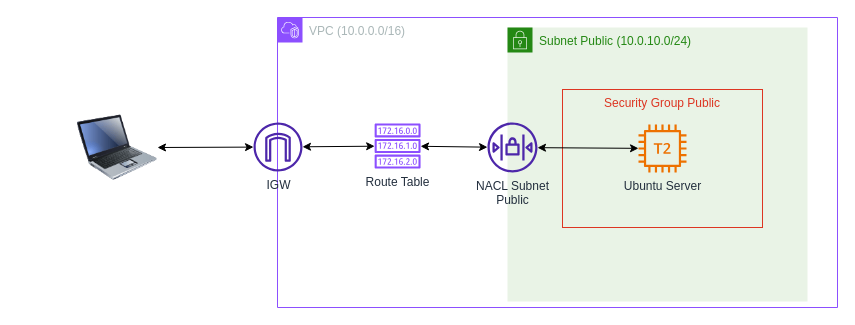
This is terraform-aws-test-env/img/aws-test-env.drawio from smscully/python-aws-scripts, a draw.io file, before an edit. Source tidied: cells renumbered, new cells numbered last; positions are measured from the earlier drawing's top-left corner, leaving out a move shared by most shapes. Both pictures are drawn from the tidied source at 100%, with x=0, y=0 at pixel (77, 17).
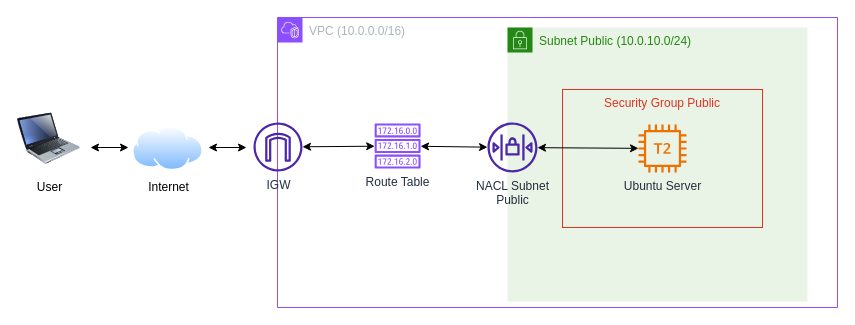
The same diagram, later.

Change to the diagram source:
```diff
@@
 <mxGraphModel>
   <root>
     <mxCell id="0" />
     <mxCell id="1" parent="0" />
     <mxCell id="2" value="Subnet Public (10.0.10.0/24)" style="gradientColor=none;html=1;whiteSpace=wrap;fontSize=12;fontStyle=0;shape=mxgraph.aws4.group;grIcon=mxgraph.aws4.group_security_group;grStroke=0;strokeColor=#248814;fillColor=#E9F3E6;verticalAlign=top;align=left;spacingLeft=30;fontColor=#248814;dashed=0;" parent="1" vertex="1">
       <mxGeometry x="430" y="10" width="300" height="274" as="geometry" />
     </mxCell>
     <mxCell id="3" value="Security Group Public" style="fillColor=none;strokeColor=#DD3522;verticalAlign=top;fontStyle=0;fontColor=#DD3522;" parent="1" vertex="1">
       <mxGeometry x="485" y="72" width="200" height="138" as="geometry" />
     </mxCell>
     <mxCell id="4" value="Ubuntu Server" style="sketch=0;outlineConnect=0;fontColor=#232F3E;gradientColor=none;fillColor=#ED7100;strokeColor=none;dashed=0;verticalLabelPosition=bottom;verticalAlign=top;align=center;html=1;fontSize=12;fontStyle=0;shape=mxgraph.aws4.t2_instance;" parent="1" vertex="1">
       <mxGeometry x="561" y="107" width="48" height="48" as="geometry" />
     </mxCell>
     <mxCell id="5" value="VPC (10.0.0.0/16)" style="gradientColor=none;html=1;whiteSpace=wrap;fontSize=12;fontStyle=0;shape=mxgraph.aws4.group;grIcon=mxgraph.aws4.group_vpc2;strokeColor=#8C4FFF;fillColor=none;verticalAlign=top;align=left;spacingLeft=30;fontColor=#AAB7B8;dashed=0;" parent="1" vertex="1">
       <mxGeometry x="200" width="560" height="290" as="geometry" />
     </mxCell>
     <mxCell id="6" value="&lt;div&gt;NACL Subnet&lt;/div&gt;&lt;div&gt;Public&lt;/div&gt;" style="sketch=0;outlineConnect=0;fontColor=#232F3E;gradientColor=none;fillColor=#4D27AA;strokeColor=none;dashed=0;verticalLabelPosition=bottom;verticalAlign=top;align=center;html=1;fontSize=12;fontStyle=0;shape=mxgraph.aws4.network_access_control_list;" parent="5" vertex="1">
       <mxGeometry x="210" y="105" width="50" height="50" as="geometry" />
     </mxCell>
     <mxCell id="7" value="IGW" style="sketch=0;outlineConnect=0;fontColor=#232F3E;gradientColor=none;fillColor=#4D27AA;strokeColor=none;dashed=0;verticalLabelPosition=bottom;verticalAlign=top;align=center;html=1;fontSize=12;fontStyle=0;shape=mxgraph.aws4.internet_gateway;" parent="5" vertex="1">
       <mxGeometry x="-24" y="105" width="49" height="49" as="geometry" />
     </mxCell>
     <mxCell id="8" value="Route Table" style="sketch=0;outlineConnect=0;fontColor=#232F3E;gradientColor=none;fillColor=#8C4FFF;strokeColor=none;dashed=0;verticalLabelPosition=bottom;verticalAlign=top;align=center;html=1;fontSize=12;fontStyle=0;shape=mxgraph.aws4.route_table;" parent="5" vertex="1">
       <mxGeometry x="97" y="106" width="46.2" height="45" as="geometry" />
     </mxCell>
     <mxCell id="9" style="endArrow=classic;startArrow=classic;html=1;rounded=0;" parent="5" edge="1" source="7" target="8">
       <mxGeometry relative="1" as="geometry" />
     </mxCell>
     <mxCell id="10" style="endArrow=classic;startArrow=classic;html=1;rounded=0;" parent="5" edge="1" source="8" target="6">
       <mxGeometry relative="1" as="geometry" />
     </mxCell>
     <mxCell id="11" style="edgeStyle=orthogonalEdgeStyle;rounded=0;orthogonalLoop=1;jettySize=auto;html=1;exitX=0.5;exitY=1;exitDx=0;exitDy=0;" parent="1" edge="1" source="3" target="3">
       <mxGeometry relative="1" as="geometry" />
     </mxCell>
-    <mxCell id="12" style="image;html=1;image=img/lib/clip_art/computers/Laptop_128x128.png;" parent="1" vertex="1">
-      <mxGeometry y="90" width="80" height="80" as="geometry" />
+    <mxCell id="12" value="User" style="image;html=1;image=img/lib/clip_art/computers/Laptop_128x128.png;" parent="1" vertex="1">
+      <mxGeometry x="-60" y="86" width="63" height="70" as="geometry" />
     </mxCell>
-    <mxCell id="13" style="endArrow=classic;startArrow=classic;html=1;rounded=0;exitX=1;exitY=0.5;exitDx=0;exitDy=0;" parent="1" edge="1" source="12" target="7">
-      <mxGeometry relative="1" as="geometry" />
+    <mxCell id="13" style="endArrow=classic;startArrow=classic;html=1;rounded=0;" parent="1" edge="1">
+      <mxGeometry relative="1" as="geometry">
+        <mxPoint x="131" y="130" as="sourcePoint" />
+        <mxPoint x="169" y="130" as="targetPoint" />
+      </mxGeometry>
     </mxCell>
     <mxCell id="14" style="endArrow=classic;startArrow=classic;html=1;rounded=0;" parent="1" edge="1" source="6" target="4">
       <mxGeometry relative="1" as="geometry" />
     </mxCell>
+    <mxCell id="15" value="Internet" style="image;perimeter=ellipsePerimeter;html=1;align=center;shadow=0;dashed=0;spacingTop=3;image=img/lib/active_directory/internet_cloud.svg;" parent="1" vertex="1">
+      <mxGeometry x="55" y="108.6" width="71" height="44.8" as="geometry" />
+    </mxCell>
+    <mxCell id="16" style="endArrow=classic;startArrow=classic;html=1;rounded=0;" parent="1" edge="1">
+      <mxGeometry relative="1" as="geometry">
+        <mxPoint x="13" y="130" as="sourcePoint" />
+        <mxPoint x="51" y="130" as="targetPoint" />
+      </mxGeometry>
+    </mxCell>
   </root>
 </mxGraphModel>
```
